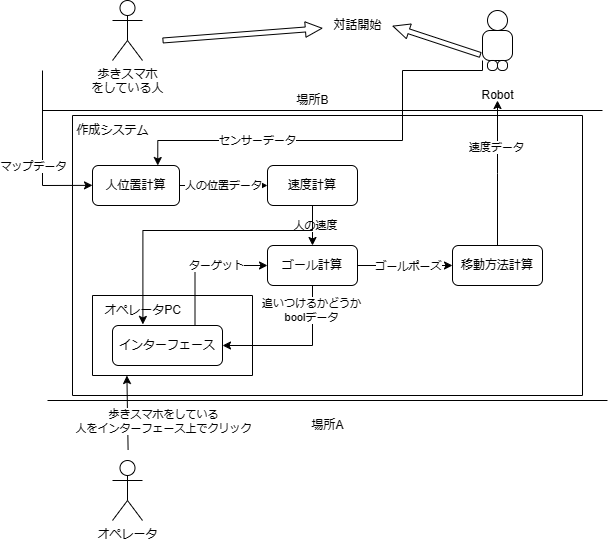
This is Paper/img/system_compose.drawio.png from Amano-take/robot_B4, a draw.io export, as it was before one commit. Source tidied: cells renumbered, new cells last; positions are measured from the earlier drawing's top-left corner, leaving out a move shared by most shapes.
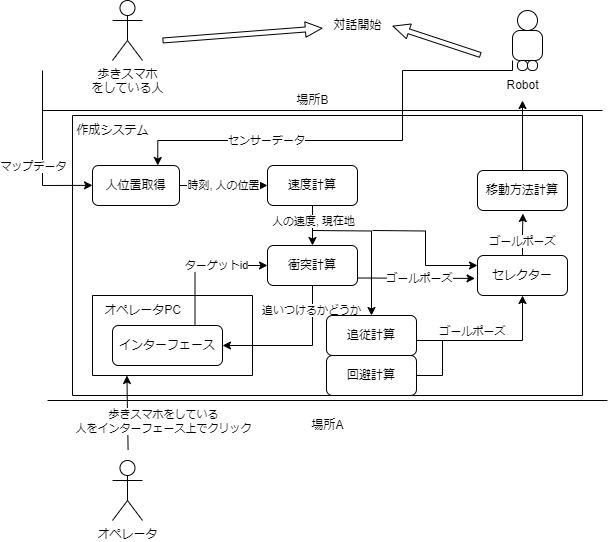
After the change.

What changed in the source:
```diff
@@ -11,10 +11,10 @@
     <mxCell id="4" style="edgeStyle=orthogonalEdgeStyle;rounded=0;jettySize=auto;html=1;" parent="3" edge="1" source="6" target="10">
       <mxGeometry relative="1" as="geometry" />
     </mxCell>
-    <mxCell id="5" value="人の位置データ" style="edgeLabel;html=1;align=center;verticalAlign=middle;" parent="4" vertex="1">
+    <mxCell id="5" value="時刻, 人の位置" style="edgeLabel;html=1;align=center;verticalAlign=middle;" parent="4" vertex="1">
       <mxGeometry x="-0.03" y="1" relative="1" as="geometry" />
     </mxCell>
-    <mxCell id="6" value="人位置計算" style="rounded=1;whiteSpace=wrap;html=1;" parent="3" vertex="1">
+    <mxCell id="6" value="人位置取得" style="rounded=1;whiteSpace=wrap;html=1;" parent="3" vertex="1">
       <mxGeometry x="20" y="50" width="87" height="40" as="geometry" />
     </mxCell>
     <mxCell id="7" value="作成システム" style="text;html=1;align=center;verticalAlign=middle;strokeColor=none;fillColor=none;" parent="3" vertex="1">
@@ -23,32 +23,46 @@
     <mxCell id="8" style="edgeStyle=orthogonalEdgeStyle;rounded=0;jettySize=auto;html=1;exitX=0.5;exitY=1;exitDx=0;exitDy=0;entryX=0.5;entryY=0;entryDx=0;entryDy=0;" parent="3" edge="1" source="10" target="15">
       <mxGeometry relative="1" as="geometry" />
     </mxCell>
-    <mxCell id="9" value="人の速度" style="edgeLabel;html=1;align=center;verticalAlign=middle;" parent="8" vertex="1">
-      <mxGeometry x="-0.07" y="2" relative="1" as="geometry" />
+    <mxCell id="9" value="人の速度, 現在地" style="edgeLabel;html=1;align=center;verticalAlign=middle;" parent="8" vertex="1">
+      <mxGeometry x="-0.07" y="2" relative="1" as="geometry">
+        <mxPoint x="-2" y="-4" as="offset" />
+      </mxGeometry>
     </mxCell>
+    <mxCell id="46" style="edgeStyle=orthogonalEdgeStyle;rounded=0;jettySize=auto;html=1;" parent="3" edge="1" target="49">
+      <mxGeometry relative="1" as="geometry">
+        <mxPoint x="240" y="115" as="sourcePoint" />
+      </mxGeometry>
+    </mxCell>
+    <mxCell id="47" style="edgeStyle=orthogonalEdgeStyle;rounded=0;jettySize=auto;html=1;entryX=0;entryY=0.25;entryDx=0;entryDy=0;" parent="3" edge="1" target="50">
+      <mxGeometry relative="1" as="geometry">
+        <mxPoint x="300" y="115" as="sourcePoint" />
+      </mxGeometry>
+    </mxCell>
     <mxCell id="10" value="速度計算" style="rounded=1;whiteSpace=wrap;html=1;" parent="3" vertex="1">
       <mxGeometry x="195" y="50" width="90" height="40" as="geometry" />
     </mxCell>
     <mxCell id="11" style="edgeStyle=orthogonalEdgeStyle;rounded=0;jettySize=auto;html=1;exitX=0.5;exitY=1;exitDx=0;exitDy=0;entryX=1;entryY=0.5;entryDx=0;entryDy=0;" parent="3" edge="1" source="15" target="19">
       <mxGeometry relative="1" as="geometry" />
     </mxCell>
-    <mxCell id="12" value="追いつけるかどうか&lt;br&gt;boolデータ" style="edgeLabel;html=1;align=center;verticalAlign=middle;" parent="11" vertex="1">
+    <mxCell id="12" value="追いつけるかどうか" style="edgeLabel;html=1;align=center;verticalAlign=middle;" parent="11" vertex="1">
       <mxGeometry x="-0.68" y="-2" relative="1" as="geometry" />
     </mxCell>
-    <mxCell id="13" style="edgeStyle=orthogonalEdgeStyle;rounded=0;jettySize=auto;html=1;exitX=1;exitY=0.5;exitDx=0;exitDy=0;entryX=0;entryY=0.5;entryDx=0;entryDy=0;" parent="3" edge="1" source="15" target="17">
-      <mxGeometry relative="1" as="geometry" />
+    <mxCell id="13" style="rounded=0;jettySize=auto;html=1;exitX=1;exitY=0.5;exitDx=0;exitDy=0;entryX=-0.027;entryY=0.573;entryDx=0;entryDy=0;entryPerimeter=0;" parent="3" edge="1" target="50">
+      <mxGeometry relative="1" as="geometry">
+        <mxPoint x="285" y="162.5" as="sourcePoint" />
+      </mxGeometry>
     </mxCell>
     <mxCell id="14" value="ゴールポーズ" style="edgeLabel;html=1;align=center;verticalAlign=middle;" parent="13" vertex="1">
       <mxGeometry x="0.05" relative="1" as="geometry" />
     </mxCell>
-    <mxCell id="15" value="ゴール計算" style="rounded=1;whiteSpace=wrap;html=1;" parent="3" vertex="1">
+    <mxCell id="15" value="衝突計算" style="rounded=1;whiteSpace=wrap;html=1;" parent="3" vertex="1">
       <mxGeometry x="195" y="130" width="90" height="40" as="geometry" />
     </mxCell>
     <mxCell id="16" style="edgeStyle=orthogonalEdgeStyle;rounded=0;orthogonalLoop=1;jettySize=auto;html=1;exitX=0.5;exitY=1;exitDx=0;exitDy=0;" parent="3" edge="1" source="15" target="15">
       <mxGeometry relative="1" as="geometry" />
     </mxCell>
     <mxCell id="17" value="移動方法計算" style="rounded=1;whiteSpace=wrap;html=1;" parent="3" vertex="1">
-      <mxGeometry x="380" y="130" width="90" height="40" as="geometry" />
+      <mxGeometry x="405" y="55" width="90" height="40" as="geometry" />
     </mxCell>
     <mxCell id="18" style="swimlane;startSize=0;" parent="3" vertex="1">
       <mxGeometry x="20" y="180" width="160" height="80" as="geometry" />
@@ -62,22 +76,50 @@
     <mxCell id="21" style="endArrow=classic;html=1;rounded=0;exitX=0.75;exitY=0;exitDx=0;exitDy=0;entryX=0;entryY=0.5;entryDx=0;entryDy=0;edgeStyle=orthogonalEdgeStyle;" parent="3" edge="1" source="19" target="15">
       <mxGeometry relative="1" as="geometry" />
     </mxCell>
-    <mxCell id="22" value="ターゲット" style="edgeLabel;html=1;align=center;verticalAlign=middle;" parent="21" vertex="1">
+    <mxCell id="22" value="ターゲットid" style="edgeLabel;html=1;align=center;verticalAlign=middle;" parent="21" vertex="1">
       <mxGeometry x="0.23" y="1" relative="1" as="geometry" />
     </mxCell>
-    <mxCell id="23" style="edgeStyle=orthogonalEdgeStyle;rounded=0;jettySize=auto;html=1;exitX=0.5;exitY=1;exitDx=0;exitDy=0;entryX=0.504;entryY=0.964;entryDx=0;entryDy=0;entryPerimeter=0;" parent="3" edge="1" source="10" target="20">
-      <mxGeometry relative="1" as="geometry">
-        <Array as="points">
-          <mxPoint x="240" y="115" />
-          <mxPoint x="70" y="115" />
-        </Array>
-      </mxGeometry>
-    </mxCell>
+    <mxCell id="48" style="edgeStyle=orthogonalEdgeStyle;rounded=0;jettySize=auto;html=1;entryX=0.5;entryY=1;entryDx=0;entryDy=0;" parent="3" edge="1" target="50">
+      <mxGeometry relative="1" as="geometry">
+        <mxPoint x="350" y="225" as="sourcePoint" />
+        <Array as="points">
+          <mxPoint x="344" y="225" />
+          <mxPoint x="450" y="225" />
+        </Array>
+      </mxGeometry>
+    </mxCell>
+    <mxCell id="49" value="追従計算" style="rounded=1;whiteSpace=wrap;html=1;" parent="3" vertex="1">
+      <mxGeometry x="254" y="200" width="90" height="40" as="geometry" />
+    </mxCell>
+    <mxCell id="50" value="セレクター" style="rounded=1;whiteSpace=wrap;html=1;" parent="3" vertex="1">
+      <mxGeometry x="405" y="140" width="90" height="40" as="geometry" />
+    </mxCell>
+    <mxCell id="51" style="edgeStyle=orthogonalEdgeStyle;rounded=0;jettySize=auto;html=1;entryX=0.505;entryY=1.076;entryDx=0;entryDy=0;entryPerimeter=0;" parent="3" edge="1" source="50" target="17">
+      <mxGeometry relative="1" as="geometry" />
+    </mxCell>
+    <mxCell id="52" value="ゴールポーズ" style="edgeLabel;html=1;align=center;verticalAlign=middle;" parent="3" vertex="1">
+      <mxGeometry x="450" y="125" as="geometry" />
+    </mxCell>
+    <mxCell id="53" value="ゴールポーズ" style="edgeLabel;html=1;align=center;verticalAlign=middle;" parent="3" vertex="1">
+      <mxGeometry x="400" y="215" as="geometry" />
+    </mxCell>
+    <mxCell id="54" value="回避計算" style="rounded=1;whiteSpace=wrap;html=1;" parent="3" vertex="1">
+      <mxGeometry x="254" y="240" width="90" height="40" as="geometry" />
+    </mxCell>
+    <mxCell id="55" style="endArrow=none;html=1;rounded=0;" parent="3" edge="1">
+      <mxGeometry relative="1" as="geometry">
+        <mxPoint x="344" y="260" as="sourcePoint" />
+        <mxPoint x="370" y="225" as="targetPoint" />
+        <Array as="points">
+          <mxPoint x="370" y="260" />
+        </Array>
+      </mxGeometry>
+    </mxCell>
     <mxCell id="24" value="歩きスマホ&lt;br&gt;をしている人" style="shape=umlActor;verticalLabelPosition=bottom;verticalAlign=top;html=1;" parent="1" vertex="1">
       <mxGeometry x="70" width="30" height="60" as="geometry" />
     </mxCell>
     <mxCell id="25" value="Robot" style="text;html=1;align=center;verticalAlign=middle;points=[];strokeColor=none;fillColor=none;" parent="1" vertex="1">
-      <mxGeometry x="425" y="80" width="60" height="30" as="geometry" />
+      <mxGeometry x="450" y="70" width="60" height="30" as="geometry" />
     </mxCell>
     <mxCell id="26" style="endArrow=classic;html=1;rounded=0;entryX=0.171;entryY=1.021;entryDx=0;entryDy=0;entryPerimeter=0;" parent="1" edge="1">
       <mxGeometry relative="1" as="geometry">
@@ -94,7 +136,7 @@
       </mxGeometry>
     </mxCell>
     <mxCell id="28" style="group;" parent="1" vertex="1">
-      <mxGeometry x="440" y="10" width="30" height="60" as="geometry" />
+      <mxGeometry x="470" y="10" width="30" height="60" as="geometry" />
     </mxCell>
     <mxCell id="29" style="ellipse;whiteSpace=wrap;html=1;" parent="28" vertex="1">
       <mxGeometry x="5" width="20" height="20" as="geometry" />
@@ -108,14 +150,9 @@
     <mxCell id="32" style="rounded=1;whiteSpace=wrap;html=1;arcSize=43;" parent="28" vertex="1">
       <mxGeometry x="15" y="50" width="10" height="10" as="geometry" />
     </mxCell>
-    <mxCell id="33" style="edgeStyle=orthogonalEdgeStyle;rounded=0;jettySize=auto;html=1;exitX=0.5;exitY=0;exitDx=0;exitDy=0;" parent="1" edge="1" source="17">
-      <mxGeometry relative="1" as="geometry">
-        <mxPoint x="455" y="100" as="targetPoint" />
-      </mxGeometry>
+    <mxCell id="33" style="edgeStyle=orthogonalEdgeStyle;rounded=0;jettySize=auto;html=1;exitX=0.5;exitY=0;exitDx=0;exitDy=0;" parent="1" edge="1" source="17" target="25">
+      <mxGeometry relative="1" as="geometry" />
     </mxCell>
-    <mxCell id="34" value="速度データ" style="edgeLabel;html=1;align=center;verticalAlign=middle;" parent="33" vertex="1">
-      <mxGeometry x="0.35" y="2" relative="1" as="geometry" />
-    </mxCell>
     <mxCell id="35" style="endArrow=classic;html=1;rounded=0;entryX=1.025;entryY=0.697;entryDx=0;entryDy=0;entryPerimeter=0;shape=flexArrow;width=5;endSize=5.222222222222222;endWidth=9.444444444444445;" parent="1" edge="1">
       <mxGeometry relative="1" as="geometry">
         <mxPoint x="438.2" y="54.6" as="sourcePoint" />
```
